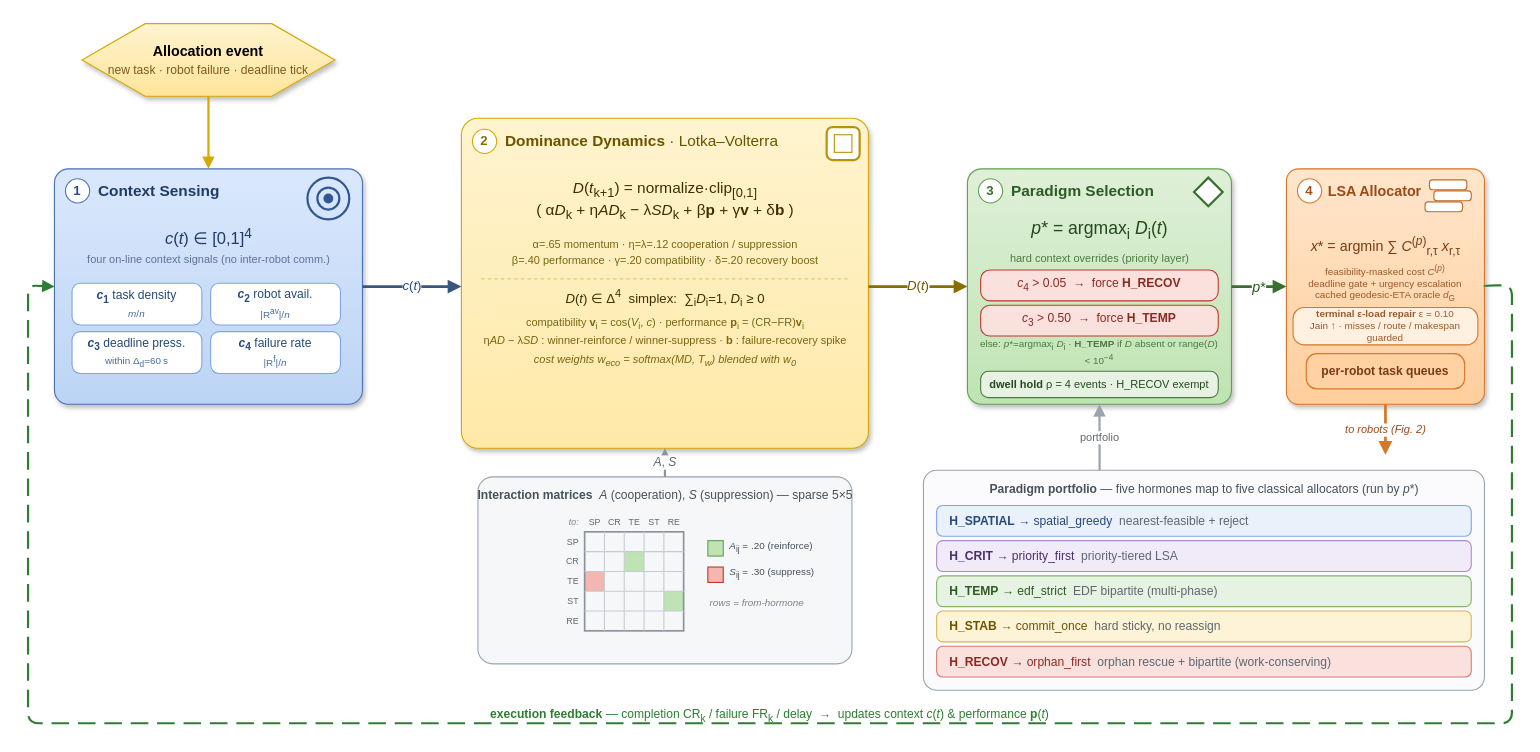
Before: paper/figure/fig1.drawio in oguz-misir/multi_ahe, a draw.io diagram. Source tidied: cells renumbered, new cells numbered last; positions are measured from the earlier drawing's top-left corner, leaving out a move shared by most shapes. Both pictures are drawn from the tidied source at 110%, with x=0, y=0 at pixel (28, 23).
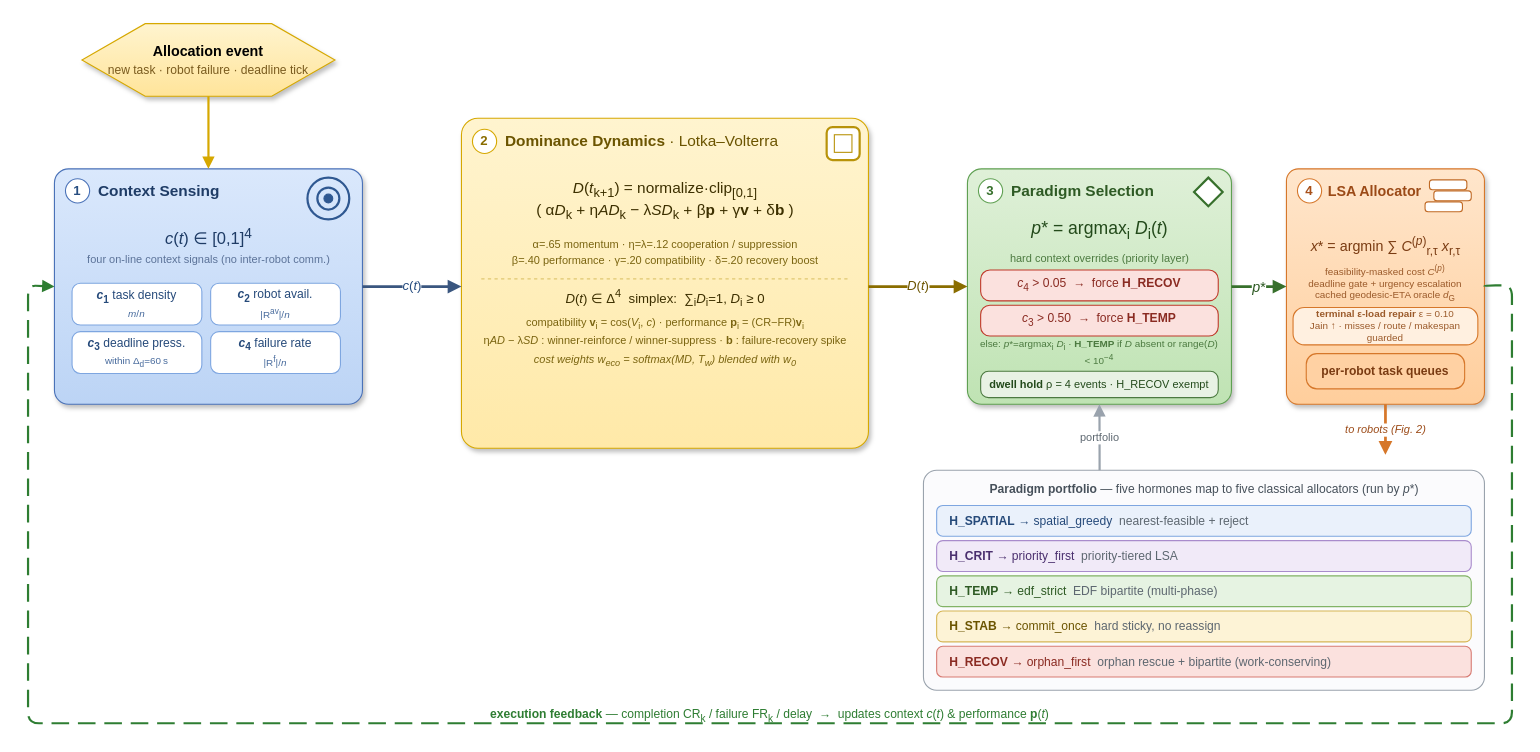
The same diagram, later.

Unchanged cells that the change refers to:
```xml
<mxCell id="15" style="rounded=1;arcSize=5;whiteSpace=wrap;html=1;fillColor=#fff4cf;gradientColor=#ffe9a8;strokeColor=#d6a800;shadow=1;verticalAlign=top;" parent="1" vertex="1">
  <mxGeometry x="394" y="86" width="370" height="300" as="geometry" />
</mxCell>
```

Diff of the diagram source:
```diff
@@
-    <mxCell id="28" style="rounded=1;arcSize=8;whiteSpace=wrap;html=1;fillColor=#f6f7f9;strokeColor=#9aa3ad;verticalAlign=top;dashed=0;" parent="1" vertex="1">
-      <mxGeometry x="409" y="412" width="340" height="170" as="geometry" />
-    </mxCell>
-    <mxCell id="29" value="&lt;b&gt;Interaction matrices&lt;/b&gt; &amp;nbsp;&lt;i&gt;A&lt;/i&gt; (cooperation), &lt;i&gt;S&lt;/i&gt; (suppression) &amp;#8212; sparse 5&amp;#215;5" style="text;html=1;align=center;verticalAlign=middle;fontSize=11;fontColor=#46505a;" parent="1" vertex="1">
-      <mxGeometry x="415" y="420" width="328" height="18" as="geometry" />
-    </mxCell>
-    <mxCell id="30" value="to:" style="text;html=1;align=right;verticalAlign=middle;fontSize=8;fontColor=#7a828b;fontStyle=2;" parent="1" vertex="1">
-      <mxGeometry x="474" y="446" width="28" height="14" as="geometry" />
-    </mxCell>
-    <mxCell id="31" value="SP" style="text;html=1;align=center;verticalAlign=middle;fontSize=8;fontColor=#5d6770;" parent="1" vertex="1">
-      <mxGeometry x="506" y="446" width="18" height="14" as="geometry" />
-    </mxCell>
-    <mxCell id="32" value="CR" style="text;html=1;align=center;verticalAlign=middle;fontSize=8;fontColor=#5d6770;" parent="1" vertex="1">
-      <mxGeometry x="524" y="446" width="18" height="14" as="geometry" />
-    </mxCell>
-    <mxCell id="33" value="TE" style="text;html=1;align=center;verticalAlign=middle;fontSize=8;fontColor=#5d6770;" parent="1" vertex="1">
-      <mxGeometry x="542" y="446" width="18" height="14" as="geometry" />
-    </mxCell>
-    <mxCell id="34" value="ST" style="text;html=1;align=center;verticalAlign=middle;fontSize=8;fontColor=#5d6770;" parent="1" vertex="1">
-      <mxGeometry x="560" y="446" width="18" height="14" as="geometry" />
-    </mxCell>
-    <mxCell id="35" value="RE" style="text;html=1;align=center;verticalAlign=middle;fontSize=8;fontColor=#5d6770;" parent="1" vertex="1">
-      <mxGeometry x="578" y="446" width="18" height="14" as="geometry" />
-    </mxCell>
-    <mxCell id="36" style="rounded=0;html=1;fillColor=#bfe3b3;strokeColor=none;" parent="1" vertex="1">
-      <mxGeometry x="542" y="480" width="18" height="18" as="geometry" />
-    </mxCell>
-    <mxCell id="37" style="rounded=0;html=1;fillColor=#bfe3b3;strokeColor=none;" parent="1" vertex="1">
-      <mxGeometry x="578" y="516" width="18" height="18" as="geometry" />
-    </mxCell>
-    <mxCell id="38" style="rounded=0;html=1;fillColor=#f3b6b0;strokeColor=none;" parent="1" vertex="1">
-      <mxGeometry x="506" y="498" width="18" height="18" as="geometry" />
-    </mxCell>
-    <mxCell id="39" style="rounded=0;html=1;fillColor=none;strokeColor=#8a939d;strokeWidth=1.5;" parent="1" vertex="1">
-      <mxGeometry x="506" y="462" width="90" height="90" as="geometry" />
-    </mxCell>
-    <mxCell id="40" style="endArrow=none;html=1;strokeColor=#c7ccd2;" parent="1" edge="1">
-      <mxGeometry relative="1" as="geometry">
-        <mxPoint x="524" y="462" as="sourcePoint" />
-        <mxPoint x="524" y="552" as="targetPoint" />
-      </mxGeometry>
-    </mxCell>
-    <mxCell id="41" style="endArrow=none;html=1;strokeColor=#c7ccd2;" parent="1" edge="1">
-      <mxGeometry relative="1" as="geometry">
-        <mxPoint x="542" y="462" as="sourcePoint" />
-        <mxPoint x="542" y="552" as="targetPoint" />
-      </mxGeometry>
-    </mxCell>
-    <mxCell id="42" style="endArrow=none;html=1;strokeColor=#c7ccd2;" parent="1" edge="1">
-      <mxGeometry relative="1" as="geometry">
-        <mxPoint x="560" y="462" as="sourcePoint" />
-        <mxPoint x="560" y="552" as="targetPoint" />
-      </mxGeometry>
-    </mxCell>
-    <mxCell id="43" style="endArrow=none;html=1;strokeColor=#c7ccd2;" parent="1" edge="1">
-      <mxGeometry relative="1" as="geometry">
-        <mxPoint x="578" y="462" as="sourcePoint" />
-        <mxPoint x="578" y="552" as="targetPoint" />
-      </mxGeometry>
-    </mxCell>
-    <mxCell id="44" style="endArrow=none;html=1;strokeColor=#c7ccd2;" parent="1" edge="1">
-      <mxGeometry relative="1" as="geometry">
-        <mxPoint x="506" y="480" as="sourcePoint" />
-        <mxPoint x="596" y="480" as="targetPoint" />
-      </mxGeometry>
-    </mxCell>
-    <mxCell id="45" style="endArrow=none;html=1;strokeColor=#c7ccd2;" parent="1" edge="1">
-      <mxGeometry relative="1" as="geometry">
-        <mxPoint x="506" y="498" as="sourcePoint" />
-        <mxPoint x="596" y="498" as="targetPoint" />
-      </mxGeometry>
-    </mxCell>
-    <mxCell id="46" style="endArrow=none;html=1;strokeColor=#c7ccd2;" parent="1" edge="1">
-      <mxGeometry relative="1" as="geometry">
-        <mxPoint x="506" y="516" as="sourcePoint" />
-        <mxPoint x="596" y="516" as="targetPoint" />
-      </mxGeometry>
-    </mxCell>
-    <mxCell id="47" style="endArrow=none;html=1;strokeColor=#c7ccd2;" parent="1" edge="1">
-      <mxGeometry relative="1" as="geometry">
-        <mxPoint x="506" y="534" as="sourcePoint" />
-        <mxPoint x="596" y="534" as="targetPoint" />
-      </mxGeometry>
-    </mxCell>
-    <mxCell id="48" style="rounded=0;html=1;fillColor=#bfe3b3;strokeColor=#5fa052;" parent="1" vertex="1">
-      <mxGeometry x="618" y="470" width="14" height="14" as="geometry" />
-    </mxCell>
-    <mxCell id="49" value="&lt;i&gt;A&lt;/i&gt;&lt;sub&gt;ij&lt;/sub&gt; = .20 (reinforce)" style="text;html=1;align=left;verticalAlign=middle;fontSize=9;fontColor=#46505a;" parent="1" vertex="1">
-      <mxGeometry x="636" y="468" width="110" height="16" as="geometry" />
-    </mxCell>
-    <mxCell id="50" style="rounded=0;html=1;fillColor=#f3b6b0;strokeColor=#c0392b;" parent="1" vertex="1">
-      <mxGeometry x="618" y="494" width="14" height="14" as="geometry" />
-    </mxCell>
-    <mxCell id="51" value="&lt;i&gt;S&lt;/i&gt;&lt;sub&gt;ij&lt;/sub&gt; = .30 (suppress)" style="text;html=1;align=left;verticalAlign=middle;fontSize=9;fontColor=#46505a;" parent="1" vertex="1">
-      <mxGeometry x="636" y="492" width="110" height="16" as="geometry" />
-    </mxCell>
-    <mxCell id="52" value="rows = from-hormone" style="text;html=1;align=left;verticalAlign=middle;fontSize=9;fontColor=#7a828b;fontStyle=2;" parent="1" vertex="1">
-      <mxGeometry x="618" y="520" width="124" height="14" as="geometry" />
-    </mxCell>
-    <mxCell id="53" value="SP" style="text;html=1;align=right;verticalAlign=middle;fontSize=8;fontColor=#5d6770;" parent="1" vertex="1">
-      <mxGeometry x="482" y="464" width="20" height="14" as="geometry" />
-    </mxCell>
-    <mxCell id="54" value="CR" style="text;html=1;align=right;verticalAlign=middle;fontSize=8;fontColor=#5d6770;" parent="1" vertex="1">
-      <mxGeometry x="482" y="482" width="20" height="14" as="geometry" />
-    </mxCell>
-    <mxCell id="55" value="TE" style="text;html=1;align=right;verticalAlign=middle;fontSize=8;fontColor=#5d6770;" parent="1" vertex="1">
-      <mxGeometry x="482" y="500" width="20" height="14" as="geometry" />
-    </mxCell>
-    <mxCell id="56" value="ST" style="text;html=1;align=right;verticalAlign=middle;fontSize=8;fontColor=#5d6770;" parent="1" vertex="1">
-      <mxGeometry x="482" y="518" width="20" height="14" as="geometry" />
-    </mxCell>
-    <mxCell id="57" value="RE" style="text;html=1;align=right;verticalAlign=middle;fontSize=8;fontColor=#5d6770;" parent="1" vertex="1">
-      <mxGeometry x="482" y="536" width="20" height="14" as="geometry" />
-    </mxCell>
@@
-    <mxCell id="89" value="&lt;i&gt;A&lt;/i&gt;, &lt;i&gt;S&lt;/i&gt;" style="edgeStyle=orthogonalEdgeStyle;rounded=0;html=1;endArrow=block;strokeWidth=2;strokeColor=#8a939d;fontSize=11;fontColor=#5d6770;exitX=0.5;exitY=0;exitDx=0;exitDy=0;entryX=0.5;entryY=1;entryDx=0;entryDy=0;" parent="1" edge="1" source="28" target="15">
-      <mxGeometry relative="1" as="geometry" />
-    </mxCell>
```
